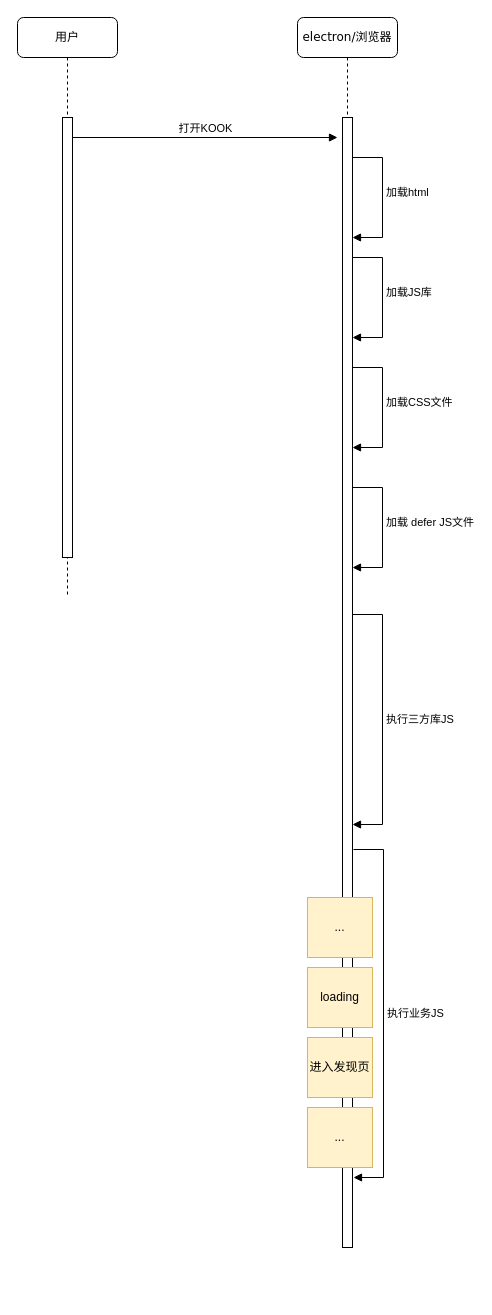
Before: KOOK启动.drawio in ccccccp/draw-io, a draw.io diagram. Source tidied: cells renumbered, new cells numbered last; positions are measured from the earlier drawing's top-left corner, leaving out a move shared by most shapes. Both pictures are drawn from the tidied source at 100%, with x=0, y=0 at pixel (17, 17).
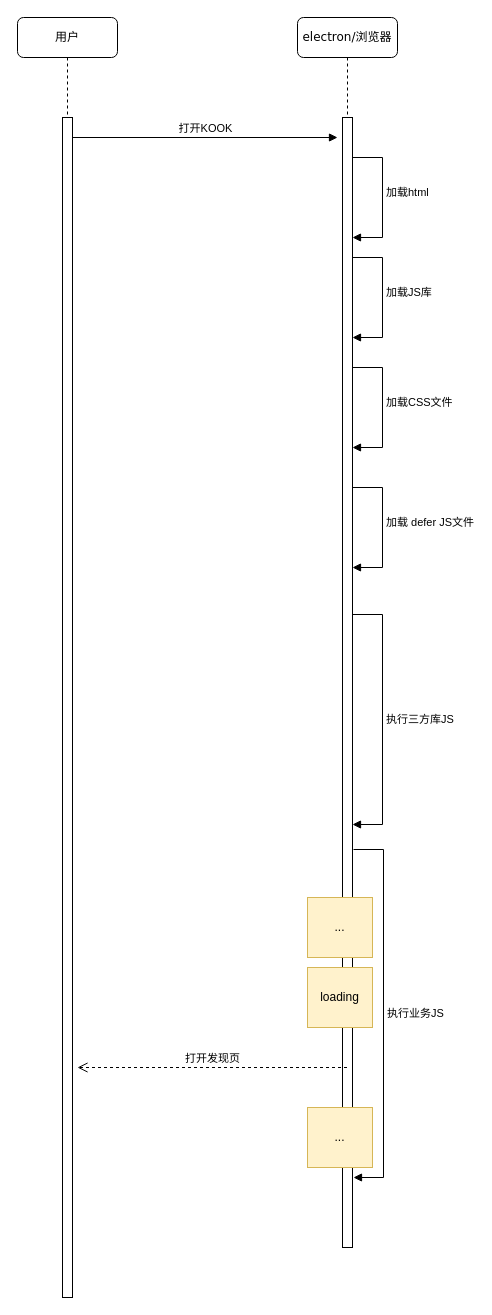
The same page after the edit.

The change refers to these unchanged cells:
```xml
<mxCell id="5" value="electron/浏览器" style="shape=umlLifeline;perimeter=lifelinePerimeter;whiteSpace=wrap;html=1;outlineConnect=0;rounded=1;shadow=0;comic=0;labelBackgroundColor=none;strokeWidth=1;fontFamily=Verdana;fontSize=12;align=center;" parent="1" vertex="1">
  <mxGeometry x="280" width="100" height="1230" as="geometry" />
</mxCell>
```

The edit, as a diff of the source:
```diff
@@
     <mxCell id="2" value="用户" style="shape=umlLifeline;perimeter=lifelinePerimeter;whiteSpace=wrap;html=1;rounded=1;shadow=0;comic=0;labelBackgroundColor=none;strokeWidth=1;fontFamily=Verdana;fontSize=12;align=center;" parent="1" vertex="1">
-      <mxGeometry width="100" height="580" as="geometry" />
+      <mxGeometry width="100" height="1280" as="geometry" />
     </mxCell>
     <mxCell id="3" style="html=1;perimeter=orthogonalPerimeter;rounded=0;shadow=0;comic=0;labelBackgroundColor=none;strokeWidth=1;fontFamily=Verdana;fontSize=12;align=center;" parent="2" vertex="1">
-      <mxGeometry x="45" y="100" width="10" height="440" as="geometry" />
+      <mxGeometry x="45" y="100" width="10" height="1180" as="geometry" />
     </mxCell>
@@
-    <mxCell id="8" value="进入发现页" style="rounded=0;whiteSpace=wrap;html=1;fillColor=#fff2cc;strokeColor=#d6b656;" parent="5" vertex="1">
-      <mxGeometry x="10" y="1020" width="65" height="60" as="geometry" />
-    </mxCell>
@@
+    <mxCell id="17" value="打开发现页" style="html=1;verticalAlign=bottom;endArrow=open;dashed=1;endSize=8;curved=0;rounded=0;" parent="1" edge="1" source="5">
+      <mxGeometry relative="1" as="geometry">
+        <mxPoint x="60" y="1050" as="targetPoint" />
+      </mxGeometry>
+    </mxCell>
```
